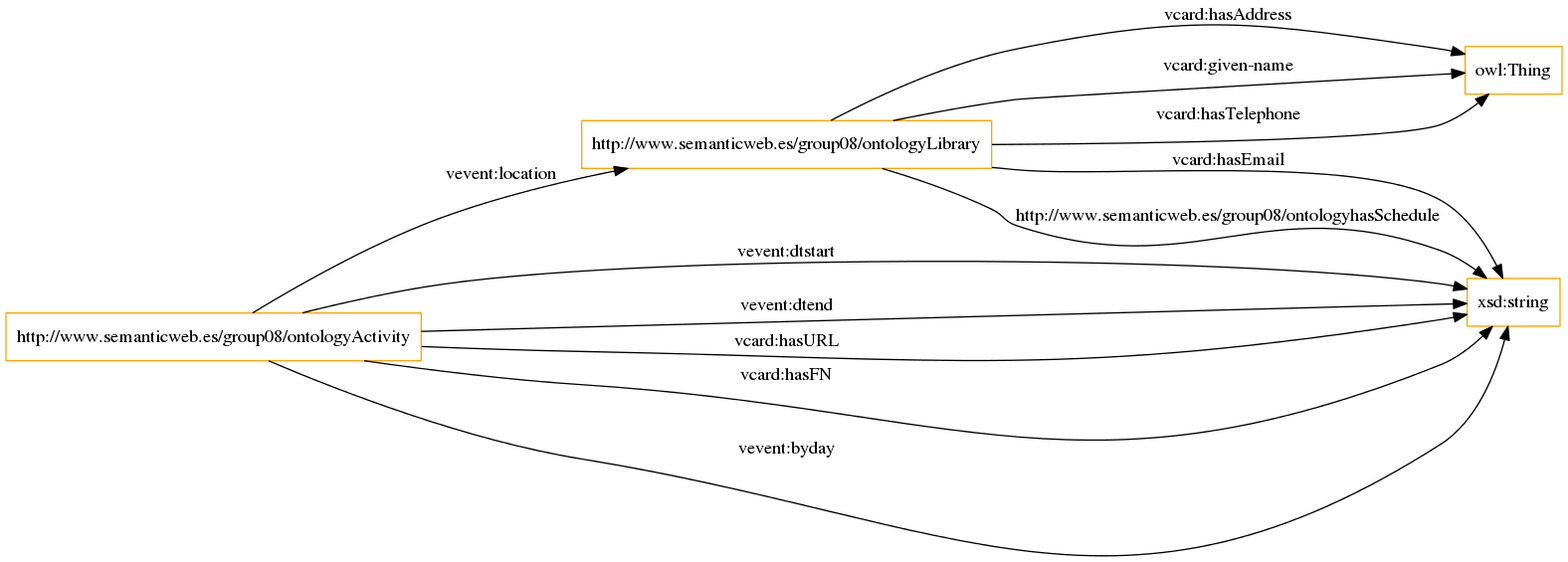
Before: OnToology/ontology/ontology-updated.ttl/diagrams/ar2dtool-class/ontology-updated.ttl.png, a diagram exported from Graphviz (LaiKash/Ontology). Its source is kept beside it as OnToology/ontology/ontology-updated.ttl/diagrams/ar2dtool-class/ontology-updated.ttl.png.dot. Source of this version:
```dot
digraph ar2dtool_diagram {
rankdir=LR;
size="1501"
node [shape = rectangle, color="orange"]; "http://www.semanticweb.es/group08/ontologyLibrary" "http://www.semanticweb.es/group08/ontologyActivity" ; /*classes style*/
	"http://www.semanticweb.es/group08/ontologyActivity" -> "xsd:string" [ label = "vevent:dtstart" ];
	"http://www.semanticweb.es/group08/ontologyActivity" -> "xsd:string" [ label = "vevent:dtend" ];
	"http://www.semanticweb.es/group08/ontologyLibrary" -> "xsd:string" [ label = "vcard:hasEmail" ];
	"http://www.semanticweb.es/group08/ontologyActivity" -> "xsd:string" [ label = "vcard:hasURL" ];
	"http://www.semanticweb.es/group08/ontologyLibrary" -> "owl:Thing" [ label = "vcard:hasAddress" ];
	"http://www.semanticweb.es/group08/ontologyActivity" -> "xsd:string" [ label = "vcard:hasFN" ];
	"http://www.semanticweb.es/group08/ontologyActivity" -> "xsd:string" [ label = "vevent:byday" ];
	"http://www.semanticweb.es/group08/ontologyActivity" -> "http://www.semanticweb.es/group08/ontologyLibrary" [ label = "vevent:location" ];
	"http://www.semanticweb.es/group08/ontologyLibrary" -> "owl:Thing" [ label = "vcard:given-name" ];
	"http://www.semanticweb.es/group08/ontologyLibrary" -> "xsd:string" [ label = "http://www.semanticweb.es/group08/ontologyhasSchedule" ];
	"http://www.semanticweb.es/group08/ontologyLibrary" -> "owl:Thing" [ label = "vcard:hasTelephone" ];

}
```
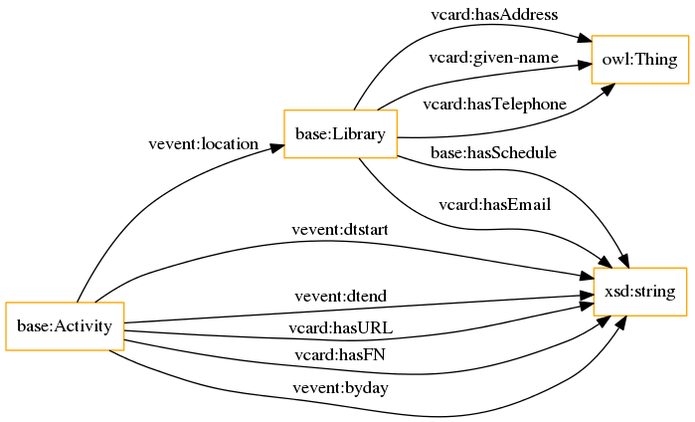
Later version of the same file.

The edit, as a diff of the source:
```diff
@@ -1,17 +1,17 @@
 digraph ar2dtool_diagram {
 rankdir=LR;
 size="1501"
-node [shape = rectangle, color="orange"]; "http://www.semanticweb.es/group08/ontologyLibrary" "http://www.semanticweb.es/group08/ontologyActivity" ; /*classes style*/
-	"http://www.semanticweb.es/group08/ontologyActivity" -> "xsd:string" [ label = "vevent:dtstart" ];
-	"http://www.semanticweb.es/group08/ontologyActivity" -> "xsd:string" [ label = "vevent:dtend" ];
-	"http://www.semanticweb.es/group08/ontologyLibrary" -> "xsd:string" [ label = "vcard:hasEmail" ];
-	"http://www.semanticweb.es/group08/ontologyActivity" -> "xsd:string" [ label = "vcard:hasURL" ];
-	"http://www.semanticweb.es/group08/ontologyLibrary" -> "owl:Thing" [ label = "vcard:hasAddress" ];
-	"http://www.semanticweb.es/group08/ontologyActivity" -> "xsd:string" [ label = "vcard:hasFN" ];
-	"http://www.semanticweb.es/group08/ontologyActivity" -> "xsd:string" [ label = "vevent:byday" ];
-	"http://www.semanticweb.es/group08/ontologyActivity" -> "http://www.semanticweb.es/group08/ontologyLibrary" [ label = "vevent:location" ];
-	"http://www.semanticweb.es/group08/ontologyLibrary" -> "owl:Thing" [ label = "vcard:given-name" ];
-	"http://www.semanticweb.es/group08/ontologyLibrary" -> "xsd:string" [ label = "http://www.semanticweb.es/group08/ontologyhasSchedule" ];
-	"http://www.semanticweb.es/group08/ontologyLibrary" -> "owl:Thing" [ label = "vcard:hasTelephone" ];
+node [shape = rectangle, color="orange"]; "base:Library" "base:Activity" ; /*classes style*/
+	"base:Activity" -> "xsd:string" [ label = "vevent:dtstart" ];
+	"base:Library" -> "xsd:string" [ label = "base:hasSchedule" ];
+	"base:Activity" -> "xsd:string" [ label = "vevent:dtend" ];
+	"base:Library" -> "xsd:string" [ label = "vcard:hasEmail" ];
+	"base:Activity" -> "xsd:string" [ label = "vcard:hasURL" ];
+	"base:Library" -> "owl:Thing" [ label = "vcard:hasAddress" ];
+	"base:Activity" -> "xsd:string" [ label = "vcard:hasFN" ];
+	"base:Activity" -> "xsd:string" [ label = "vevent:byday" ];
+	"base:Activity" -> "base:Library" [ label = "vevent:location" ];
+	"base:Library" -> "owl:Thing" [ label = "vcard:given-name" ];
+	"base:Library" -> "owl:Thing" [ label = "vcard:hasTelephone" ];
 
 }
```
